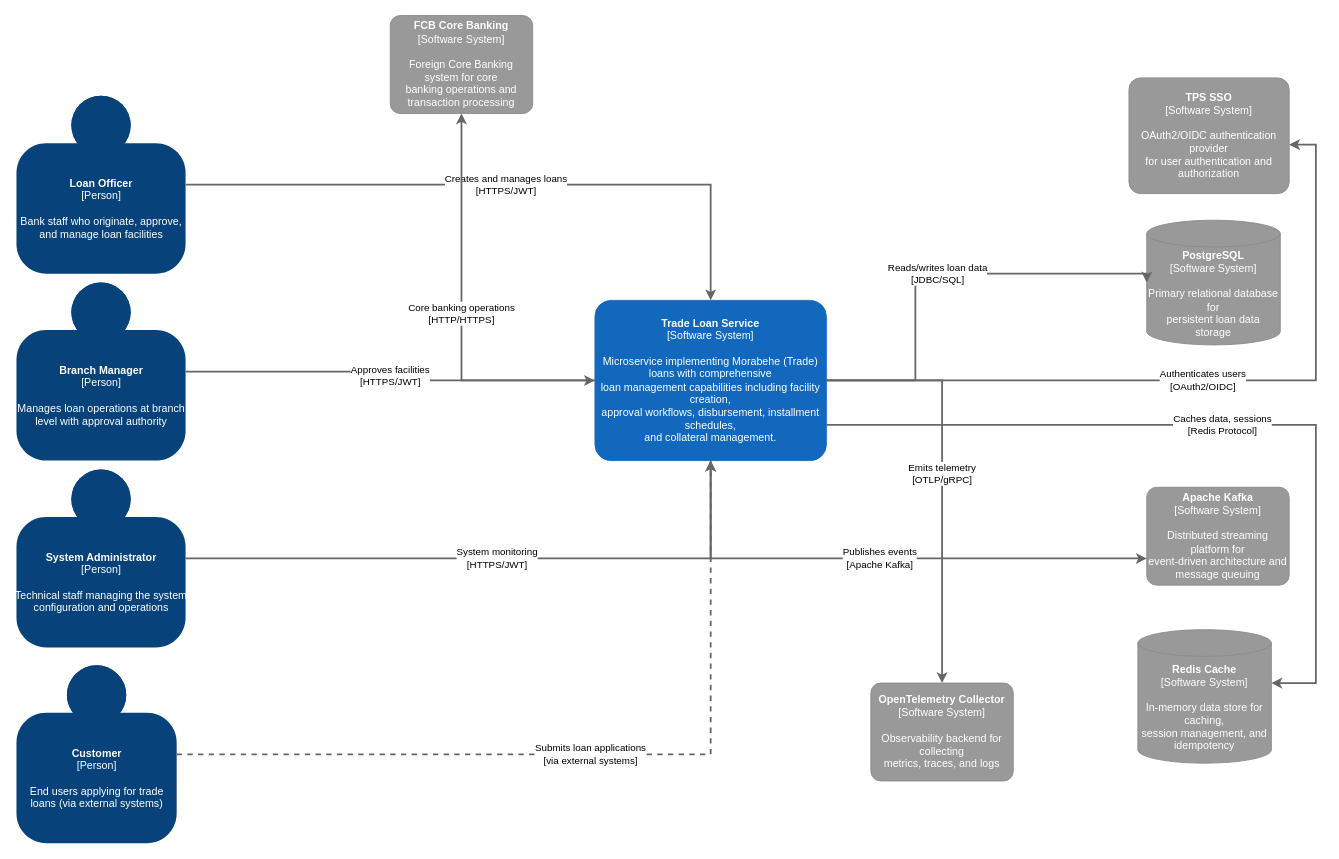
Earlier version of the draw.io diagram documents/c4/L1-system-context.drawio (ghazalehjozani/nova). Source tidied: cells renumbered, new cells numbered last; positions are measured from the earlier drawing's top-left corner, leaving out a move shared by most shapes. Both pictures are drawn from the tidied source at 89%, with x=0, y=0 at pixel (16, 15).
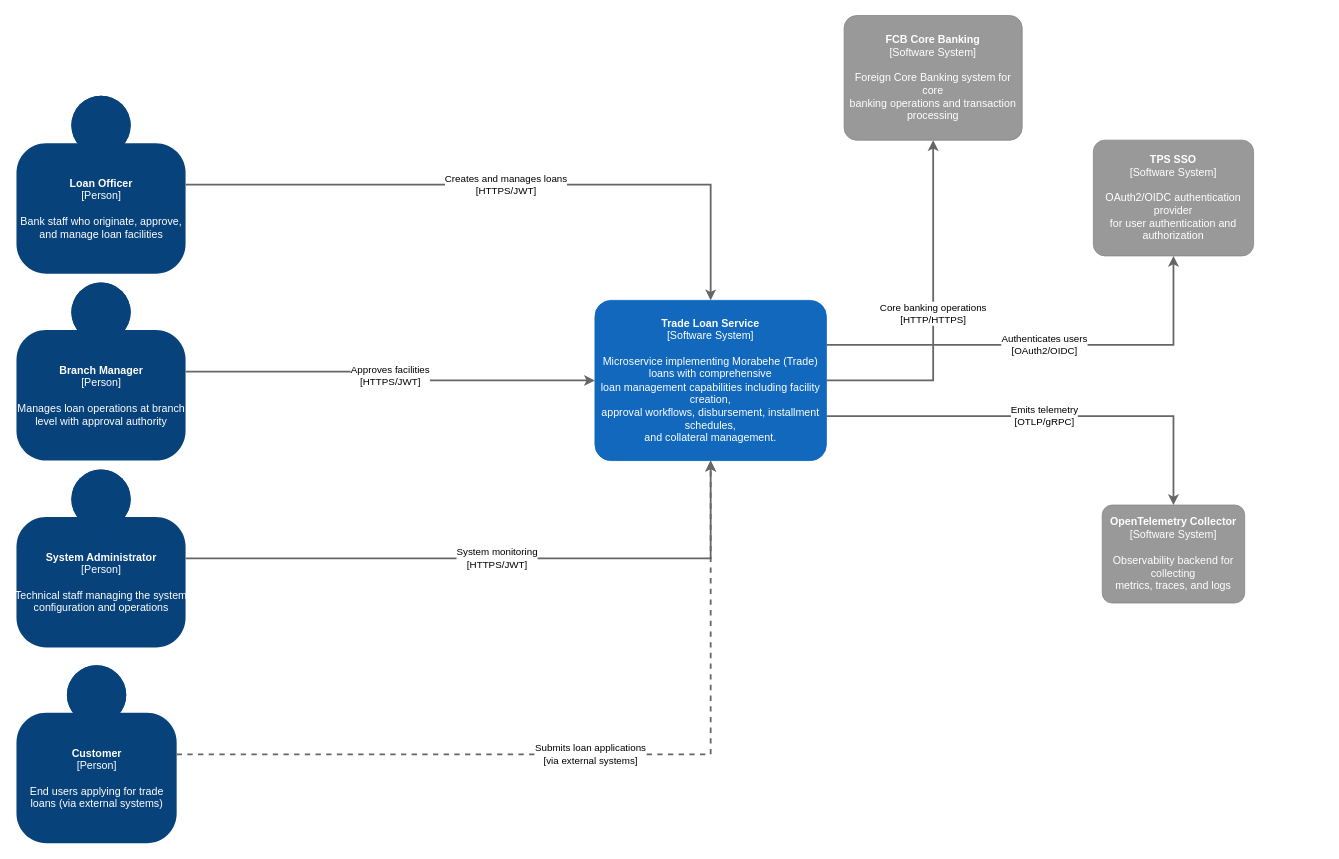
Above is the later version.

Commit message (it also covers changes not shown here):
refactor(CBS-256567:LN-58416): Update L1 system context

The change refers to these unchanged cells:
```xml
<mxCell id="2" value="&lt;b&gt;Trade Loan Service&lt;/b&gt;&lt;div&gt;[Software System]&lt;/div&gt;&lt;br&gt;&lt;div&gt;Microservice implementing Morabehe (Trade) loans with comprehensive&lt;br&gt;loan management capabilities including facility creation,&lt;br&gt;approval workflows, disbursement, installment schedules,&lt;br&gt;and collateral management.&lt;/div&gt;" style="rounded=1;whiteSpace=wrap;html=1;labelBackgroundColor=none;fillColor=#1168BD;fontColor=#ffffff;align=center;arcSize=10;strokeColor=#1168BD;metaData={&quot;c4Type&quot;:{&quot;editable&quot;:false}};points=[[0.25,0,0],[0.5,0,0],[0.75,0,0],[1,0.25,0],[1,0.5,0],[1,0.75,0],[0.75,1,0],[0.5,1,0],[0.25,1,0],[0,0.75,0],[0,0.5,0],[0,0.25,0]];" parent="1" vertex="1">
  <mxGeometry x="650" y="320" width="260" height="180" as="geometry" />
</mxCell>
```

Change to the diagram source:
```diff
@@
     <mxCell id="7" value="&lt;b&gt;TPS SSO&lt;/b&gt;&lt;div&gt;[Software System]&lt;/div&gt;&lt;br&gt;&lt;div&gt;OAuth2/OIDC authentication provider&lt;br&gt;for user authentication and authorization&lt;/div&gt;" style="rounded=1;whiteSpace=wrap;html=1;labelBackgroundColor=none;fillColor=#999999;fontColor=#ffffff;align=center;arcSize=10;strokeColor=#8A8A8A;metaData={&quot;c4Type&quot;:{&quot;editable&quot;:false}};points=[[0.25,0,0],[0.5,0,0],[0.75,0,0],[1,0.25,0],[1,0.5,0],[1,0.75,0],[0.75,1,0],[0.5,1,0],[0.25,1,0],[0,0.75,0],[0,0.5,0],[0,0.25,0]];" parent="1" vertex="1">
-      <mxGeometry x="1250" y="70" width="180" height="130" as="geometry" />
+      <mxGeometry x="1210" y="140" width="180" height="130" as="geometry" />
     </mxCell>
-    <mxCell id="8" value="&lt;b&gt;PostgreSQL&lt;/b&gt;&lt;div&gt;[Software System]&lt;/div&gt;&lt;br&gt;&lt;div&gt;Primary relational database for&lt;br&gt;persistent loan data storage&lt;/div&gt;" style="shape=cylinder3;whiteSpace=wrap;html=1;boundedLbl=1;fillColor=#999999;strokeColor=#8A8A8A;size=15;fontColor=#ffffff;" parent="1" vertex="1">
-      <mxGeometry x="1270" y="230" width="150" height="140" as="geometry" />
-    </mxCell>
-    <mxCell id="9" value="&lt;b&gt;Apache Kafka&lt;/b&gt;&lt;div&gt;[Software System]&lt;/div&gt;&lt;br&gt;&lt;div&gt;Distributed streaming platform for&lt;br&gt;event-driven architecture and&lt;br&gt;message queuing&lt;/div&gt;" style="rounded=1;whiteSpace=wrap;html=1;labelBackgroundColor=none;fillColor=#999999;fontColor=#ffffff;align=center;arcSize=10;strokeColor=#8A8A8A;metaData={&quot;c4Type&quot;:{&quot;editable&quot;:false}};points=[[0.25,0,0],[0.5,0,0],[0.75,0,0],[1,0.25,0],[1,0.5,0],[1,0.75,0],[0.75,1,0],[0.5,1,0],[0.25,1,0],[0,0.75,0],[0,0.5,0],[0,0.25,0]];" parent="1" vertex="1">
-      <mxGeometry x="1270" y="530" width="160" height="110" as="geometry" />
-    </mxCell>
-    <mxCell id="10" value="&lt;b&gt;Redis Cache&lt;/b&gt;&lt;div&gt;[Software System]&lt;/div&gt;&lt;br&gt;&lt;div&gt;In-memory data store for caching,&lt;br&gt;session management, and idempotency&lt;/div&gt;" style="shape=cylinder3;whiteSpace=wrap;html=1;boundedLbl=1;fillColor=#999999;strokeColor=#8A8A8A;size=15;fontColor=#ffffff;" parent="1" vertex="1">
-      <mxGeometry x="1260" y="690" width="150" height="150" as="geometry" />
-    </mxCell>
     <mxCell id="11" value="&lt;b&gt;FCB Core Banking&lt;/b&gt;&lt;div&gt;[Software System]&lt;/div&gt;&lt;br&gt;&lt;div&gt;Foreign Core Banking system for core&lt;br&gt;banking operations and transaction processing&lt;/div&gt;" style="rounded=1;whiteSpace=wrap;html=1;labelBackgroundColor=none;fillColor=#999999;fontColor=#ffffff;align=center;arcSize=10;strokeColor=#8A8A8A;metaData={&quot;c4Type&quot;:{&quot;editable&quot;:false}};points=[[0.25,0,0],[0.5,0,0],[0.75,0,0],[1,0.25,0],[1,0.5,0],[1,0.75,0],[0.75,1,0],[0.5,1,0],[0.25,1,0],[0,0.75,0],[0,0.5,0],[0,0.25,0]];" parent="1" vertex="1">
-      <mxGeometry x="420" width="160" height="110" as="geometry" />
+      <mxGeometry x="930" width="200" height="140" as="geometry" />
     </mxCell>
     <mxCell id="12" value="&lt;b&gt;OpenTelemetry Collector&lt;/b&gt;&lt;div&gt;[Software System]&lt;/div&gt;&lt;br&gt;&lt;div&gt;Observability backend for collecting&lt;br&gt;metrics, traces, and logs&lt;/div&gt;" style="rounded=1;whiteSpace=wrap;html=1;labelBackgroundColor=none;fillColor=#999999;fontColor=#ffffff;align=center;arcSize=10;strokeColor=#8A8A8A;metaData={&quot;c4Type&quot;:{&quot;editable&quot;:false}};points=[[0.25,0,0],[0.5,0,0],[0.75,0,0],[1,0.25,0],[1,0.5,0],[1,0.75,0],[0.75,1,0],[0.5,1,0],[0.25,1,0],[0,0.75,0],[0,0.5,0],[0,0.25,0]];" parent="1" vertex="1">
-      <mxGeometry x="960" y="750" width="160" height="110" as="geometry" />
+      <mxGeometry x="1220" y="550" width="160" height="110" as="geometry" />
     </mxCell>
@@
-    <mxCell id="17" value="Authenticates users&#10;[OAuth2/OIDC]" style="edgeStyle=orthogonalEdgeStyle;rounded=0;jettySize=auto;html=1;dashed=0;strokeWidth=2;fillColor=#f5f5f5;strokeColor=#666666;" parent="1" edge="1" source="2" target="7">
+    <mxCell id="17" value="Authenticates users&#10;[OAuth2/OIDC]" style="edgeStyle=orthogonalEdgeStyle;rounded=0;jettySize=auto;html=1;dashed=0;strokeWidth=2;fillColor=#f5f5f5;strokeColor=#666666;entryX=0.5;entryY=1;entryDx=0;entryDy=0;entryPerimeter=0;" parent="1" edge="1" source="2" target="7">
       <mxGeometry relative="1" as="geometry">
         <Array as="points">
-          <mxPoint x="1460" y="410" />
-          <mxPoint x="1460" y="145" />
+          <mxPoint x="1300" y="370" />
         </Array>
       </mxGeometry>
     </mxCell>
-    <mxCell id="18" value="Reads/writes loan data&#10;[JDBC/SQL]" style="edgeStyle=orthogonalEdgeStyle;rounded=0;jettySize=auto;html=1;dashed=0;strokeWidth=2;fillColor=#f5f5f5;strokeColor=#666666;entryX=0;entryY=0.5;entryDx=0;entryDy=0;entryPerimeter=0;" parent="1" edge="1" source="2" target="8">
-      <mxGeometry relative="1" as="geometry">
-        <Array as="points">
-          <mxPoint x="1010" y="410" />
-          <mxPoint x="1010" y="290" />
-        </Array>
-      </mxGeometry>
-    </mxCell>
-    <mxCell id="19" value="Publishes events&#10;[Apache Kafka]" style="edgeStyle=orthogonalEdgeStyle;rounded=0;jettySize=auto;html=1;dashed=0;strokeWidth=2;fillColor=#f5f5f5;strokeColor=#666666;" parent="1" edge="1" source="2" target="9">
-      <mxGeometry relative="1" as="geometry">
-        <Array as="points">
-          <mxPoint x="780" y="610" />
-        </Array>
-      </mxGeometry>
-    </mxCell>
-    <mxCell id="20" value="Caches data, sessions&#10;[Redis Protocol]" style="edgeStyle=orthogonalEdgeStyle;rounded=0;jettySize=auto;html=1;dashed=0;strokeWidth=2;fillColor=#f5f5f5;strokeColor=#666666;" parent="1" edge="1" source="2" target="10">
-      <mxGeometry relative="1" as="geometry">
-        <Array as="points">
-          <mxPoint x="1460" y="460" />
-          <mxPoint x="1460" y="750" />
-        </Array>
-      </mxGeometry>
-    </mxCell>
@@
     <mxCell id="22" value="Emits telemetry&#10;[OTLP/gRPC]" style="edgeStyle=orthogonalEdgeStyle;rounded=0;jettySize=auto;html=1;dashed=0;strokeWidth=2;fillColor=#f5f5f5;strokeColor=#666666;" parent="1" edge="1" source="2" target="12">
-      <mxGeometry relative="1" as="geometry" />
+      <mxGeometry relative="1" as="geometry">
+        <Array as="points">
+          <mxPoint x="1300" y="450" />
+        </Array>
+      </mxGeometry>
     </mxCell>
```
